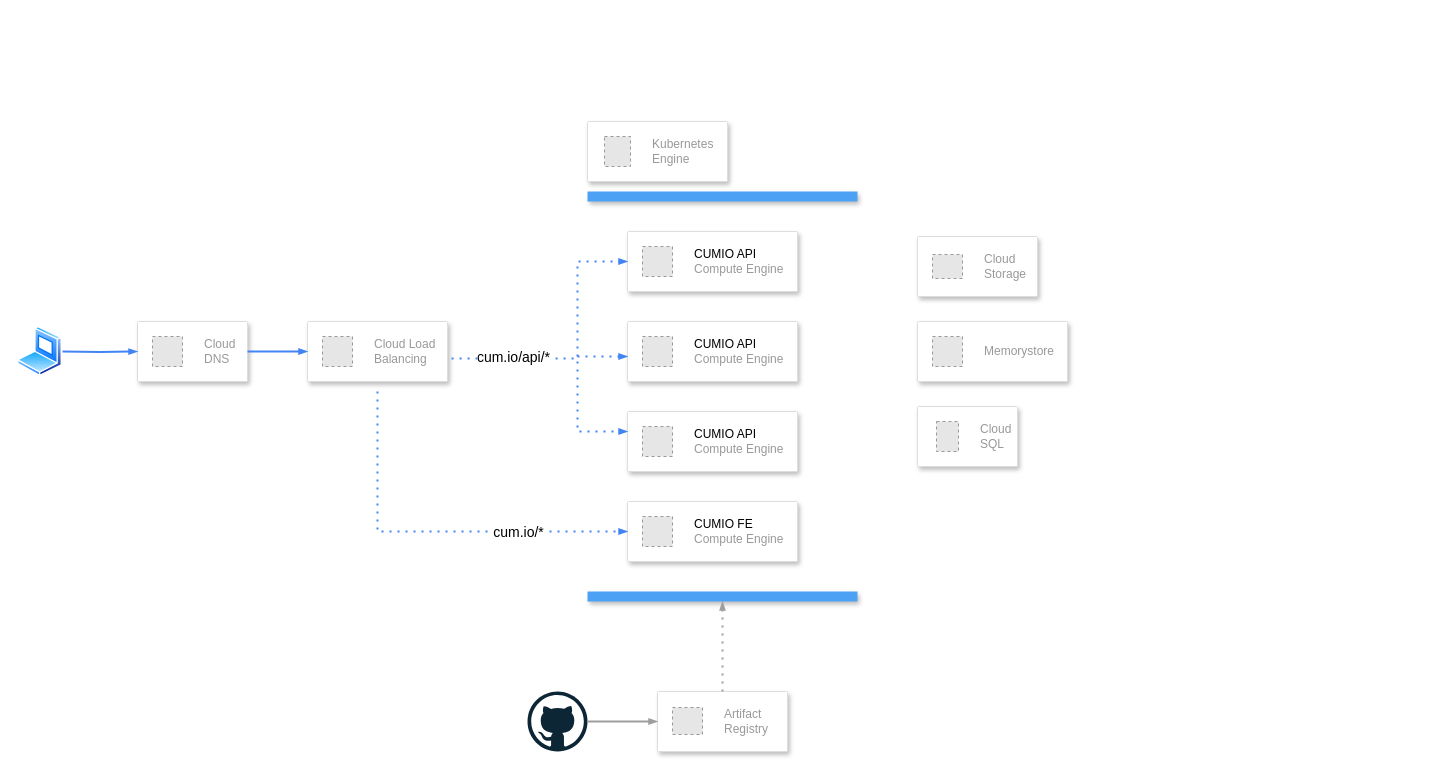
Before: docs/architecture/cumio-architecture-advanced.drawio in stanislav-zeman/cumio, a draw.io diagram. Source tidied: cells renumbered, new cells numbered last; positions are measured from the earlier drawing's top-left corner, leaving out a move shared by most shapes. Both pictures are drawn from the tidied source at 100%, with x=0, y=0 at pixel (17, 121). Pictures stored in the file or linked from it are replaced by grey dashed boxes.
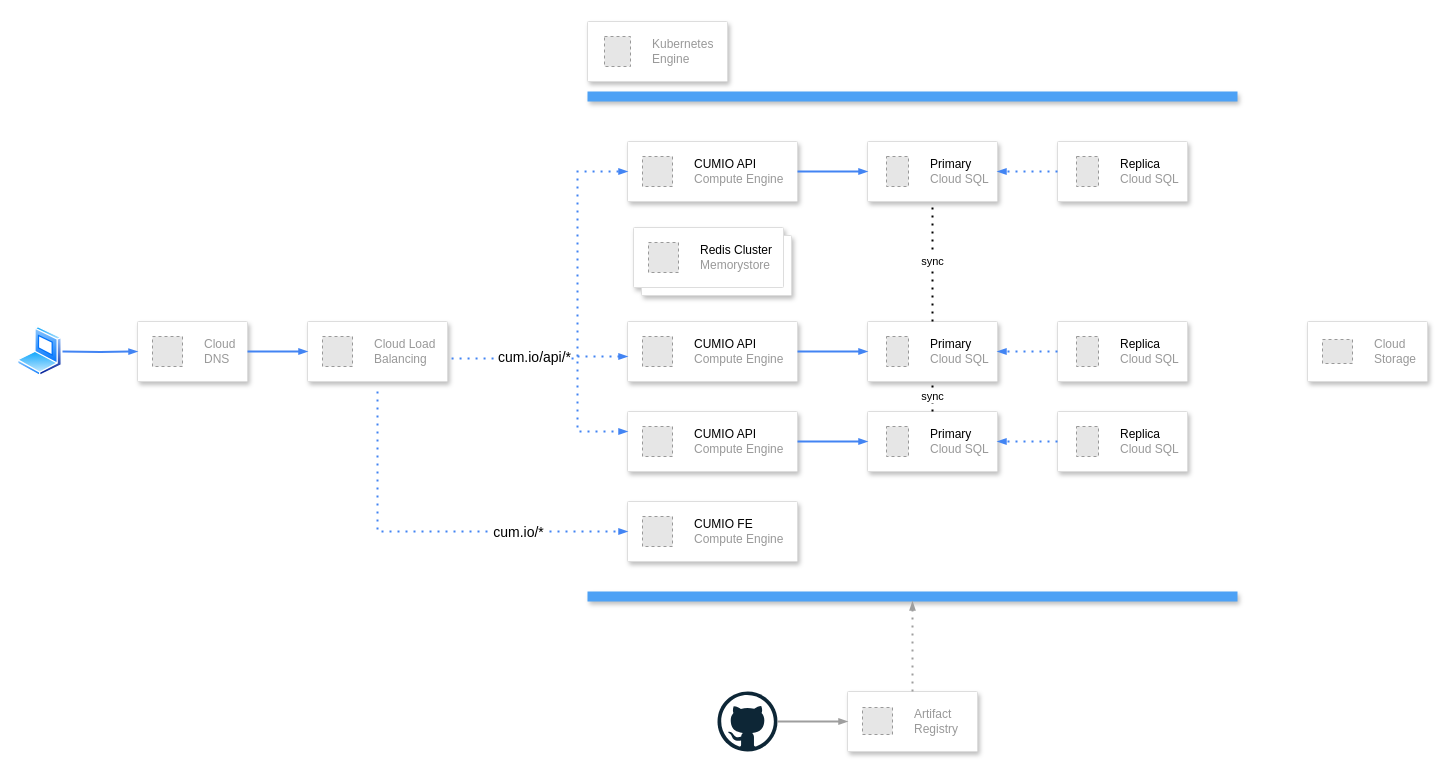
After the change.

Commit message (it also covers changes not shown here):
chore(architecture): update diagrams

The change refers to these unchanged cells:
```xml
<mxCell id="7" style="strokeColor=#dddddd;shadow=1;strokeWidth=1;rounded=1;absoluteArcSize=1;arcSize=2;" parent="1" vertex="1">
  <mxGeometry x="290" y="200" width="140" height="60" as="geometry" />
</mxCell>
<mxCell id="24" style="strokeColor=#dddddd;shadow=1;strokeWidth=1;rounded=1;absoluteArcSize=1;arcSize=2;" parent="1" vertex="1">
  <mxGeometry x="610" y="200" width="170" height="60" as="geometry" />
</mxCell>
<mxCell id="26" style="strokeColor=#dddddd;shadow=1;strokeWidth=1;rounded=1;absoluteArcSize=1;arcSize=2;" parent="1" vertex="1">
  <mxGeometry x="610" y="290" width="170" height="60" as="geometry" />
</mxCell>
```

The edit, as a diff of the source:
```diff
@@
-    <mxCell id="2" style="strokeColor=#dddddd;shadow=1;strokeWidth=1;rounded=1;absoluteArcSize=1;arcSize=2;" parent="1" vertex="1">
-      <mxGeometry x="900" y="115" width="120" height="60" as="geometry" />
-    </mxCell>
-    <mxCell id="3" value="Cloud&#10;Storage" style="fillColor=#E6E6E6;strokeColor=#999999;dashed=1;html=1;fontColor=#999999;verticalLabelPosition=middle;verticalAlign=middle;labelPosition=right;align=left;spacingLeft=20;" parent="2" vertex="1">
-      <mxGeometry width="30" height="24" relative="1" as="geometry">
-        <mxPoint x="15" y="18" as="offset" />
-      </mxGeometry>
-    </mxCell>
@@
     <mxCell id="9" style="strokeColor=#dddddd;shadow=1;strokeWidth=1;rounded=1;absoluteArcSize=1;arcSize=2;" parent="1" vertex="1">
-      <mxGeometry x="570" width="140" height="60" as="geometry" />
+      <mxGeometry x="570" y="-100" width="140" height="60" as="geometry" />
     </mxCell>
@@
     <mxCell id="11" style="fillColor=#4DA1F5;strokeColor=none;shadow=1;gradientColor=none;fontSize=14;align=left;spacingLeft=50;fontColor=#ffffff;whiteSpace=wrap;html=1;" parent="1" vertex="1">
-      <mxGeometry x="570" y="70" width="270" height="10" as="geometry" />
+      <mxGeometry x="570" y="-30" width="650" height="10" as="geometry" />
     </mxCell>
     <mxCell id="12" style="fillColor=#4DA1F5;strokeColor=none;shadow=1;gradientColor=none;fontSize=14;align=left;spacingLeft=50;fontColor=#ffffff;whiteSpace=wrap;html=1;" parent="1" vertex="1">
-      <mxGeometry x="570" y="470" width="270" height="10" as="geometry" />
+      <mxGeometry x="570" y="470" width="650" height="10" as="geometry" />
     </mxCell>
-    <mxCell id="13" style="strokeColor=#dddddd;shadow=1;strokeWidth=1;rounded=1;absoluteArcSize=1;arcSize=2;" parent="1" vertex="1">
-      <mxGeometry x="900" y="200" width="150" height="60" as="geometry" />
-    </mxCell>
-    <mxCell id="14" value="Memorystore" style="fillColor=#E6E6E6;strokeColor=#999999;dashed=1;html=1;fontColor=#999999;verticalLabelPosition=middle;verticalAlign=middle;labelPosition=right;align=left;spacingLeft=20;" parent="13" vertex="1">
-      <mxGeometry width="30" height="30" relative="1" as="geometry">
-        <mxPoint x="15" y="15" as="offset" />
-      </mxGeometry>
-    </mxCell>
-    <mxCell id="15" style="strokeColor=#dddddd;shadow=1;strokeWidth=1;rounded=1;absoluteArcSize=1;arcSize=2;" parent="1" vertex="1">
-      <mxGeometry x="900" y="285" width="100" height="60" as="geometry" />
-    </mxCell>
-    <mxCell id="16" value="Cloud&#10;SQL" style="fillColor=#E6E6E6;strokeColor=#999999;dashed=1;html=1;fontColor=#999999;verticalLabelPosition=middle;verticalAlign=middle;labelPosition=right;align=left;spacingLeft=20;" parent="15" vertex="1">
-      <mxGeometry width="22" height="30" relative="1" as="geometry">
-        <mxPoint x="19" y="15" as="offset" />
-      </mxGeometry>
-    </mxCell>
     <mxCell id="17" style="strokeColor=#dddddd;shadow=1;strokeWidth=1;rounded=1;absoluteArcSize=1;arcSize=2;" parent="1" vertex="1">
-      <mxGeometry x="640" y="570" width="130" height="60" as="geometry" />
+      <mxGeometry x="830" y="570" width="130" height="60" as="geometry" />
     </mxCell>
@@
     <mxCell id="19" style="dashed=0;outlineConnect=0;html=1;align=center;labelPosition=center;verticalLabelPosition=bottom;verticalAlign=top;shape=mxgraph.weblogos.github;" parent="1" vertex="1">
-      <mxGeometry x="510" y="570" width="60" height="60" as="geometry" />
+      <mxGeometry x="700" y="570" width="60" height="60" as="geometry" />
     </mxCell>
@@
     <mxCell id="22" style="strokeColor=#dddddd;shadow=1;strokeWidth=1;rounded=1;absoluteArcSize=1;arcSize=2;" parent="1" vertex="1">
-      <mxGeometry x="610" y="110" width="170" height="60" as="geometry" />
+      <mxGeometry x="610" y="20" width="170" height="60" as="geometry" />
     </mxCell>
@@
-    <mxCell id="28" style="edgeStyle=orthogonalEdgeStyle;fontSize=12;html=1;endArrow=blockThin;endFill=1;rounded=0;strokeWidth=2;endSize=4;startSize=4;dashed=1;dashPattern=1 3;strokeColor=#4284F3;exitX=1.029;exitY=0.617;exitDx=0;exitDy=0;exitPerimeter=0;" parent="1" edge="1" source="7">
+    <mxCell id="28" style="edgeStyle=orthogonalEdgeStyle;fontSize=12;html=1;endArrow=blockThin;endFill=1;rounded=0;strokeWidth=2;endSize=4;startSize=4;dashed=1;dashPattern=1 3;strokeColor=#4284F3;exitX=1.029;exitY=0.617;exitDx=0;exitDy=0;exitPerimeter=0;entryX=0;entryY=0.5;entryDx=0;entryDy=0;" parent="1" edge="1" source="7" target="22">
       <mxGeometry relative="1" as="geometry">
-        <mxPoint x="610" y="140" as="targetPoint" />
         <Array as="points">
           <mxPoint x="560" y="237" />
-          <mxPoint x="560" y="140" />
+          <mxPoint x="560" y="50" />
         </Array>
       </mxGeometry>
     </mxCell>
@@
+    <mxCell id="38" style="shape=mxgraph.gcp2.doubleRect;strokeColor=#dddddd;shadow=1;strokeWidth=1;rounded=1;absoluteArcSize=1;arcSize=2;" parent="1" vertex="1">
+      <mxGeometry x="616" y="106" width="158" height="68" as="geometry" />
+    </mxCell>
+    <mxCell id="39" value="&lt;font color=&quot;#000000&quot;&gt;Redis Cluster&lt;/font&gt;&lt;br&gt;Memorystore" style="fillColor=#E6E6E6;strokeColor=#999999;dashed=1;html=1;fontColor=#999999;verticalLabelPosition=middle;verticalAlign=middle;labelPosition=right;align=left;spacingLeft=20;" parent="38" vertex="1">
+      <mxGeometry width="30" height="30" relative="1" as="geometry">
+        <mxPoint x="15" y="15" as="offset" />
+      </mxGeometry>
+    </mxCell>
+    <mxCell id="40" style="strokeColor=#dddddd;shadow=1;strokeWidth=1;rounded=1;absoluteArcSize=1;arcSize=2;" parent="1" vertex="1">
+      <mxGeometry x="850" y="20" width="130" height="60" as="geometry" />
+    </mxCell>
+    <mxCell id="41" value="&lt;font color=&quot;#000000&quot;&gt;Primary&lt;/font&gt;&lt;br&gt;Cloud SQL" style="fillColor=#E6E6E6;strokeColor=#999999;dashed=1;html=1;fontColor=#999999;verticalLabelPosition=middle;verticalAlign=middle;labelPosition=right;align=left;spacingLeft=20;" parent="40" vertex="1">
+      <mxGeometry width="22" height="30" relative="1" as="geometry">
+        <mxPoint x="19" y="15" as="offset" />
+      </mxGeometry>
+    </mxCell>
+    <mxCell id="42" style="strokeColor=#dddddd;shadow=1;strokeWidth=1;rounded=1;absoluteArcSize=1;arcSize=2;" parent="1" vertex="1">
+      <mxGeometry x="1040" y="20" width="130" height="60" as="geometry" />
+    </mxCell>
+    <mxCell id="43" value="&lt;font color=&quot;#000000&quot;&gt;Replica&lt;br&gt;&lt;/font&gt;Cloud SQL" style="fillColor=#E6E6E6;strokeColor=#999999;dashed=1;html=1;fontColor=#999999;verticalLabelPosition=middle;verticalAlign=middle;labelPosition=right;align=left;spacingLeft=20;" parent="42" vertex="1">
+      <mxGeometry width="22" height="30" relative="1" as="geometry">
+        <mxPoint x="19" y="15" as="offset" />
+      </mxGeometry>
+    </mxCell>
+    <mxCell id="44" style="strokeColor=#dddddd;shadow=1;strokeWidth=1;rounded=1;absoluteArcSize=1;arcSize=2;" parent="1" vertex="1">
+      <mxGeometry x="850" y="200" width="130" height="60" as="geometry" />
+    </mxCell>
+    <mxCell id="45" value="&lt;font color=&quot;#000000&quot;&gt;Primary&lt;/font&gt;&lt;br&gt;Cloud SQL" style="fillColor=#E6E6E6;strokeColor=#999999;dashed=1;html=1;fontColor=#999999;verticalLabelPosition=middle;verticalAlign=middle;labelPosition=right;align=left;spacingLeft=20;" parent="44" vertex="1">
+      <mxGeometry width="22" height="30" relative="1" as="geometry">
+        <mxPoint x="19" y="15" as="offset" />
+      </mxGeometry>
+    </mxCell>
+    <mxCell id="46" style="strokeColor=#dddddd;shadow=1;strokeWidth=1;rounded=1;absoluteArcSize=1;arcSize=2;" parent="1" vertex="1">
+      <mxGeometry x="1040" y="200" width="130" height="60" as="geometry" />
+    </mxCell>
+    <mxCell id="47" value="&lt;font color=&quot;#000000&quot;&gt;Replica&lt;br&gt;&lt;/font&gt;Cloud SQL" style="fillColor=#E6E6E6;strokeColor=#999999;dashed=1;html=1;fontColor=#999999;verticalLabelPosition=middle;verticalAlign=middle;labelPosition=right;align=left;spacingLeft=20;" parent="46" vertex="1">
+      <mxGeometry width="22" height="30" relative="1" as="geometry">
+        <mxPoint x="19" y="15" as="offset" />
+      </mxGeometry>
+    </mxCell>
+    <mxCell id="48" style="strokeColor=#dddddd;shadow=1;strokeWidth=1;rounded=1;absoluteArcSize=1;arcSize=2;" parent="1" vertex="1">
+      <mxGeometry x="850" y="290" width="130" height="60" as="geometry" />
+    </mxCell>
+    <mxCell id="49" value="&lt;font color=&quot;#000000&quot;&gt;Primary&lt;/font&gt;&lt;br&gt;Cloud SQL" style="fillColor=#E6E6E6;strokeColor=#999999;dashed=1;html=1;fontColor=#999999;verticalLabelPosition=middle;verticalAlign=middle;labelPosition=right;align=left;spacingLeft=20;" parent="48" vertex="1">
+      <mxGeometry width="22" height="30" relative="1" as="geometry">
+        <mxPoint x="19" y="15" as="offset" />
+      </mxGeometry>
+    </mxCell>
+    <mxCell id="50" style="strokeColor=#dddddd;shadow=1;strokeWidth=1;rounded=1;absoluteArcSize=1;arcSize=2;" parent="1" vertex="1">
+      <mxGeometry x="1040" y="290" width="130" height="60" as="geometry" />
+    </mxCell>
+    <mxCell id="51" value="&lt;font color=&quot;#000000&quot;&gt;Replica&lt;br&gt;&lt;/font&gt;Cloud SQL" style="fillColor=#E6E6E6;strokeColor=#999999;dashed=1;html=1;fontColor=#999999;verticalLabelPosition=middle;verticalAlign=middle;labelPosition=right;align=left;spacingLeft=20;" parent="50" vertex="1">
+      <mxGeometry width="22" height="30" relative="1" as="geometry">
+        <mxPoint x="19" y="15" as="offset" />
+      </mxGeometry>
+    </mxCell>
+    <mxCell id="52" style="edgeStyle=orthogonalEdgeStyle;fontSize=12;html=1;endArrow=blockThin;endFill=1;rounded=0;strokeWidth=2;endSize=4;startSize=4;dashed=1;dashPattern=1 3;strokeColor=#4284F3;entryX=1;entryY=0.5;entryDx=0;entryDy=0;exitX=0;exitY=0.5;exitDx=0;exitDy=0;" parent="1" edge="1" source="46" target="44">
+      <mxGeometry relative="1" as="geometry" />
+    </mxCell>
+    <mxCell id="53" style="edgeStyle=orthogonalEdgeStyle;fontSize=12;html=1;endArrow=blockThin;endFill=1;rounded=0;strokeWidth=2;endSize=4;startSize=4;dashed=1;dashPattern=1 3;strokeColor=#4284F3;entryX=1;entryY=0.5;entryDx=0;entryDy=0;exitX=0;exitY=0.5;exitDx=0;exitDy=0;" parent="1" edge="1" source="50" target="48">
+      <mxGeometry relative="1" as="geometry" />
+    </mxCell>
+    <mxCell id="54" style="edgeStyle=orthogonalEdgeStyle;fontSize=12;html=1;endArrow=blockThin;endFill=1;rounded=0;strokeWidth=2;endSize=4;startSize=4;dashed=1;dashPattern=1 3;strokeColor=#4284F3;entryX=1;entryY=0.5;entryDx=0;entryDy=0;exitX=0;exitY=0.5;exitDx=0;exitDy=0;" parent="1" edge="1" source="42" target="40">
+      <mxGeometry relative="1" as="geometry" />
+    </mxCell>
+    <mxCell id="55" style="edgeStyle=orthogonalEdgeStyle;fontSize=12;html=1;endArrow=blockThin;endFill=1;rounded=0;strokeWidth=2;endSize=4;startSize=4;dashed=0;strokeColor=#4284F3;exitX=1;exitY=0.5;exitDx=0;exitDy=0;entryX=0;entryY=0.5;entryDx=0;entryDy=0;" parent="1" edge="1" source="24" target="44">
+      <mxGeometry relative="1" as="geometry" />
+    </mxCell>
+    <mxCell id="56" style="edgeStyle=orthogonalEdgeStyle;fontSize=12;html=1;endArrow=blockThin;endFill=1;rounded=0;strokeWidth=2;endSize=4;startSize=4;dashed=0;strokeColor=#4284F3;exitX=1;exitY=0.5;exitDx=0;exitDy=0;entryX=0;entryY=0.5;entryDx=0;entryDy=0;" parent="1" edge="1" source="26" target="48">
+      <mxGeometry relative="1" as="geometry" />
+    </mxCell>
+    <mxCell id="57" style="edgeStyle=orthogonalEdgeStyle;fontSize=12;html=1;endArrow=blockThin;endFill=1;rounded=0;strokeWidth=2;endSize=4;startSize=4;dashed=0;strokeColor=#4284F3;exitX=1;exitY=0.5;exitDx=0;exitDy=0;entryX=0;entryY=0.5;entryDx=0;entryDy=0;" parent="1" edge="1" source="22" target="40">
+      <mxGeometry relative="1" as="geometry" />
+    </mxCell>
+    <mxCell id="58" style="strokeColor=#dddddd;shadow=1;strokeWidth=1;rounded=1;absoluteArcSize=1;arcSize=2;" parent="1" vertex="1">
+      <mxGeometry x="1290" y="200" width="120" height="60" as="geometry" />
+    </mxCell>
+    <mxCell id="3" value="Cloud&#10;Storage" style="fillColor=#E6E6E6;strokeColor=#999999;dashed=1;html=1;fontColor=#999999;verticalLabelPosition=middle;verticalAlign=middle;labelPosition=right;align=left;spacingLeft=20;" parent="58" vertex="1">
+      <mxGeometry width="30" height="24" relative="1" as="geometry">
+        <mxPoint x="15" y="18" as="offset" />
+      </mxGeometry>
+    </mxCell>
+    <mxCell id="59" value="sync" style="endArrow=none;dashed=1;html=1;dashPattern=1 3;strokeWidth=2;rounded=0;entryX=0.5;entryY=1;entryDx=0;entryDy=0;exitX=0.5;exitY=0;exitDx=0;exitDy=0;" parent="1" edge="1" source="44" target="40">
+      <mxGeometry relative="1" as="geometry" />
+    </mxCell>
+    <mxCell id="60" value="sync" style="endArrow=none;dashed=1;html=1;dashPattern=1 3;strokeWidth=2;rounded=0;entryX=0.5;entryY=1;entryDx=0;entryDy=0;exitX=0.5;exitY=0;exitDx=0;exitDy=0;" parent="1" edge="1" source="48" target="44">
+      <mxGeometry relative="1" as="geometry" />
+    </mxCell>
```
